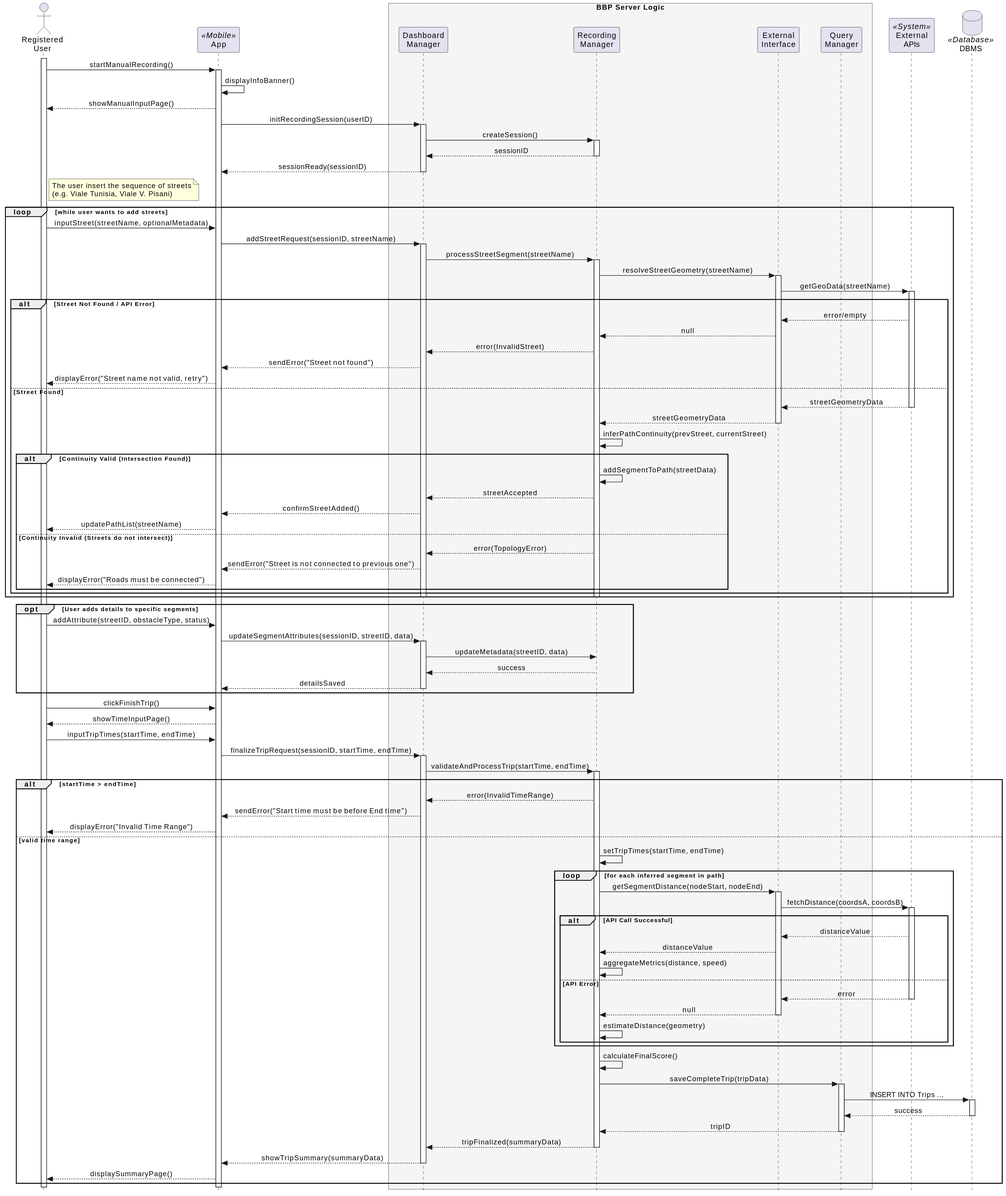
Before: DD/sequence_diagrams/manual.svg, a diagram exported from PlantUML (ABurato26/BuratoCrimellaFaccini).
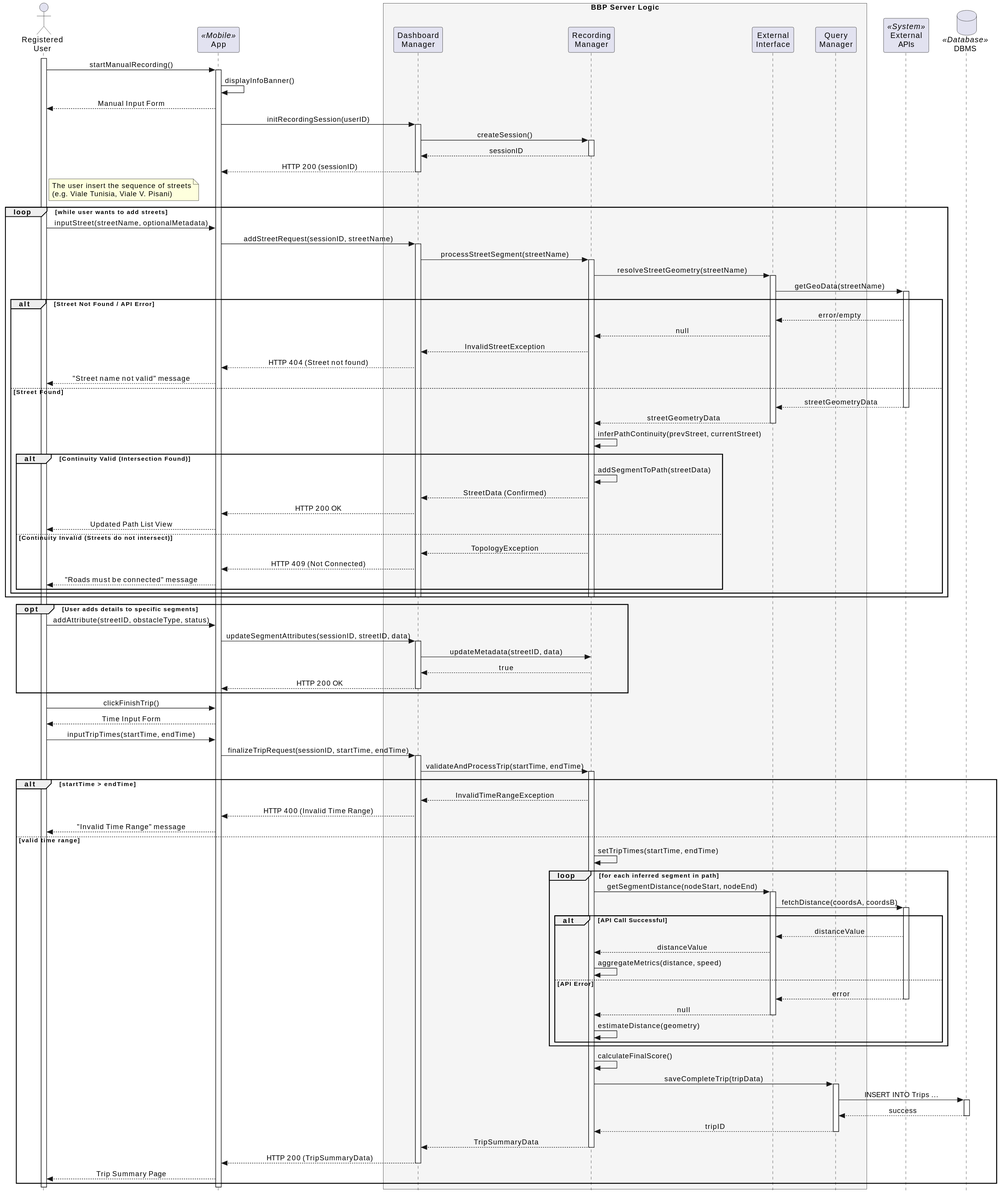
Above is the later version.

Diff of the diagram source:
```diff
@@ -20,7 +20,7 @@
 user -> app : startManualRecording()
 activate app
 app -> app : displayInfoBanner()
-app --> user : showManualInputPage()
+app --> user : Manual Input Form
 
 app -> dashMan : initRecordingSession(userID)
 activate dashMan
@@ -28,7 +28,7 @@
 activate recMan
 recMan --> dashMan : sessionID
 deactivate recMan
-dashMan --> app : sessionReady(sessionID)
+dashMan --> app : HTTP 200 (sessionID)
 deactivate dashMan
 
 note right of user: The user insert the sequence of streets\n(e.g. Viale Tunisia, Viale V. Pisani)
@@ -49,9 +49,9 @@
     alt Street Not Found / API Error
         extApi --> extInt : error/empty
         extInt --> recMan : null
-        recMan --> dashMan : error(InvalidStreet)
-        dashMan --> app : sendError("Street not found")
-        app --> user : displayError("Street name not valid, retry")
+        recMan --> dashMan : InvalidStreetException
+        dashMan --> app : HTTP 404 (Street not found)
+        app --> user : "Street name not valid" message
     else Street Found
         extApi --> extInt : streetGeometryData
         deactivate extApi
@@ -62,13 +62,13 @@
 
         alt Continuity Valid (Intersection Found)
             recMan -> recMan : addSegmentToPath(streetData)
-            recMan --> dashMan : streetAccepted
-            dashMan --> app : confirmStreetAdded()
-            app --> user : updatePathList(streetName)
+            recMan --> dashMan : StreetData (Confirmed)
+            dashMan --> app : HTTP 200 OK
+            app --> user : Updated Path List View
         else Continuity Invalid (Streets do not intersect)
-             recMan --> dashMan : error(TopologyError)
-             dashMan --> app : sendError("Street is not connected to previous one")
-             app --> user : displayError("Roads must be connected")
+             recMan --> dashMan : TopologyException
+             dashMan --> app : HTTP 409 (Not Connected)
+             app --> user : "Roads must be connected" message
         end
     end
     deactivate recMan
@@ -80,13 +80,13 @@
     app -> dashMan : updateSegmentAttributes(sessionID, streetID, data)
     activate dashMan
     dashMan -> recMan : updateMetadata(streetID, data)
-    recMan --> dashMan : success
-    dashMan --> app : detailsSaved
+    recMan --> dashMan : true
+    dashMan --> app : HTTP 200 OK
     deactivate dashMan
 end
 
 user -> app : clickFinishTrip()
-app --> user : showTimeInputPage()
+app --> user : Time Input Form
 user -> app : inputTripTimes(startTime, endTime)
 
 app -> dashMan : finalizeTripRequest(sessionID, startTime, endTime)
@@ -95,9 +95,9 @@
 activate recMan
 
 alt startTime > endTime
-    recMan --> dashMan : error(InvalidTimeRange)
-    dashMan --> app : sendError("Start time must be before End time")
-    app --> user : displayError("Invalid Time Range")
+    recMan --> dashMan : InvalidTimeRangeException
+    dashMan --> app : HTTP 400 (Invalid Time Range)
+    app --> user : "Invalid Time Range" message
 else valid time range
     recMan -> recMan : setTripTimes(startTime, endTime)
 
@@ -131,13 +131,13 @@
     queryMan --> recMan : tripID
     deactivate queryMan
 
-    recMan --> dashMan : tripFinalized(summaryData)
+    recMan --> dashMan : TripSummaryData
     deactivate recMan
 
-    dashMan --> app : showTripSummary(summaryData)
+    dashMan --> app : HTTP 200 (TripSummaryData)
     deactivate dashMan
 
-    app --> user : displaySummaryPage()
+    app --> user : Trip Summary Page
 end
 
 deactivate app
```
